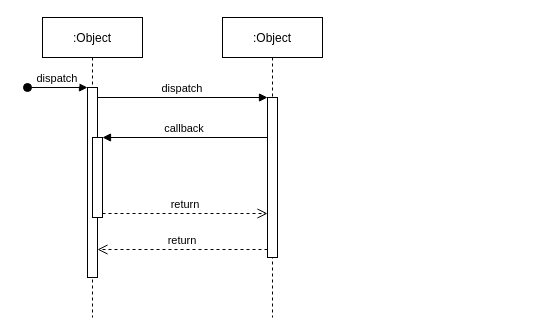
The draw.io diagram chia se thong tin.drawio in phanvha/DATN_Diagrams, before the edit. Source tidied: cells renumbered, new cells numbered last; positions are measured from the earlier drawing's top-left corner, leaving out a move shared by most shapes. Both pictures are drawn from the tidied source at 100%, with x=0, y=0 at pixel (27, 17).
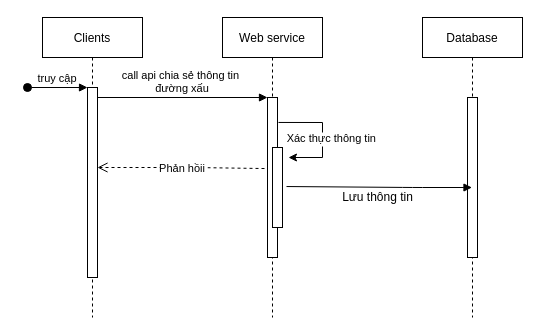
Above is the later version.

Change to the diagram source:
```diff
@@
 <mxGraphModel>
   <root>
     <mxCell id="0" />
     <mxCell id="1" parent="0" />
-    <mxCell id="2" value=":Object" style="shape=umlLifeline;perimeter=lifelinePerimeter;rounded=0;shadow=0;strokeWidth=1;" parent="1" vertex="1">
+    <mxCell id="2" value="Clients" style="shape=umlLifeline;perimeter=lifelinePerimeter;rounded=0;shadow=0;strokeWidth=1;" parent="1" vertex="1">
       <mxGeometry x="15" width="100" height="300" as="geometry" />
     </mxCell>
     <mxCell id="3" style="points=[];perimeter=orthogonalPerimeter;rounded=0;shadow=0;strokeWidth=1;" parent="2" vertex="1">
       <mxGeometry x="45" y="70" width="10" height="190" as="geometry" />
     </mxCell>
-    <mxCell id="4" value="dispatch" style="verticalAlign=bottom;startArrow=oval;endArrow=block;startSize=8;shadow=0;strokeWidth=1;" parent="2" edge="1" target="3">
+    <mxCell id="4" value="truy cập" style="verticalAlign=bottom;startArrow=oval;endArrow=block;startSize=8;shadow=0;strokeWidth=1;" parent="2" edge="1" target="3">
       <mxGeometry relative="1" as="geometry">
         <mxPoint x="-15" y="70" as="sourcePoint" />
       </mxGeometry>
     </mxCell>
-    <mxCell id="5" style="points=[];perimeter=orthogonalPerimeter;rounded=0;shadow=0;strokeWidth=1;" parent="2" vertex="1">
-      <mxGeometry x="50" y="120" width="10" height="80" as="geometry" />
-    </mxCell>
-    <mxCell id="6" value=":Object" style="shape=umlLifeline;perimeter=lifelinePerimeter;rounded=0;shadow=0;strokeWidth=1;" parent="1" vertex="1">
+    <mxCell id="6" value="Web service" style="shape=umlLifeline;perimeter=lifelinePerimeter;rounded=0;shadow=0;strokeWidth=1;" parent="1" vertex="1">
       <mxGeometry x="195" width="100" height="300" as="geometry" />
     </mxCell>
     <mxCell id="7" style="points=[];perimeter=orthogonalPerimeter;rounded=0;shadow=0;strokeWidth=1;" parent="6" vertex="1">
       <mxGeometry x="45" y="80" width="10" height="160" as="geometry" />
     </mxCell>
+    <mxCell id="12" style="endArrow=classic;html=1;rounded=0;exitX=1.1;exitY=0.156;exitDx=0;exitDy=0;exitPerimeter=0;entryX=1.6;entryY=0.125;entryDx=0;entryDy=0;entryPerimeter=0;" parent="6" edge="1" source="7" target="13">
+      <mxGeometry relative="1" as="geometry">
+        <Array as="points">
+          <mxPoint x="100" y="105" />
+          <mxPoint x="100" y="140" />
+        </Array>
+      </mxGeometry>
+    </mxCell>
+    <mxCell id="13" style="points=[];perimeter=orthogonalPerimeter;rounded=0;shadow=0;strokeWidth=1;" parent="6" vertex="1">
+      <mxGeometry x="50" y="130" width="10" height="80" as="geometry" />
+    </mxCell>
-    <mxCell id="8" value="return" style="verticalAlign=bottom;endArrow=open;dashed=1;endSize=8;exitX=0;exitY=0.95;shadow=0;strokeWidth=1;" parent="1" edge="1" source="7" target="3">
-      <mxGeometry relative="1" as="geometry" />
+    <mxCell id="8" value="Phản hồii" style="verticalAlign=bottom;endArrow=open;dashed=1;endSize=8;exitX=-0.3;exitY=0.444;shadow=0;strokeWidth=1;exitDx=0;exitDy=0;exitPerimeter=0;" parent="1" edge="1" source="7" target="3">
+      <mxGeometry x="-0.02" y="10" relative="1" as="geometry">
+        <Array as="points">
+          <mxPoint x="165" y="150" />
+        </Array>
+      </mxGeometry>
     </mxCell>
-    <mxCell id="9" value="dispatch" style="verticalAlign=bottom;endArrow=block;entryX=0;entryY=0;shadow=0;strokeWidth=1;" parent="1" edge="1" source="3" target="7">
+    <mxCell id="9" value="call api chia sẻ thông tin &#10;đường xấu" style="verticalAlign=bottom;endArrow=block;entryX=0;entryY=0;shadow=0;strokeWidth=1;" parent="1" edge="1" source="3" target="7">
       <mxGeometry relative="1" as="geometry" />
     </mxCell>
-    <mxCell id="10" value="callback" style="verticalAlign=bottom;endArrow=block;entryX=1;entryY=0;shadow=0;strokeWidth=1;" parent="1" edge="1" source="7" target="5">
-      <mxGeometry relative="1" as="geometry" />
-    </mxCell>
-    <mxCell id="11" value="return" style="verticalAlign=bottom;endArrow=open;dashed=1;endSize=8;exitX=1;exitY=0.95;shadow=0;strokeWidth=1;" parent="1" edge="1" source="5" target="7">
-      <mxGeometry relative="1" as="geometry" />
-    </mxCell>
+    <mxCell id="14" value="Database" style="shape=umlLifeline;perimeter=lifelinePerimeter;rounded=0;shadow=0;strokeWidth=1;" parent="1" vertex="1">
+      <mxGeometry x="395" width="100" height="300" as="geometry" />
+    </mxCell>
+    <mxCell id="15" style="perimeter=orthogonalPerimeter;rounded=0;shadow=0;strokeWidth=1;" parent="14" vertex="1">
+      <mxGeometry x="45" y="80" width="10" height="160" as="geometry" />
+    </mxCell>
+    <mxCell id="16" value="Xác thực thông tin" style="verticalAlign=bottom;endArrow=block;shadow=0;strokeWidth=1;exitX=1.4;exitY=0.488;exitDx=0;exitDy=0;exitPerimeter=0;" parent="1" edge="1" source="13" target="14">
+      <mxGeometry x="-0.51" y="39" relative="1" as="geometry">
+        <Array as="points">
+          <mxPoint x="385" y="170" />
+        </Array>
+      </mxGeometry>
+    </mxCell>
+    <mxCell id="17" value="Lưu thông tin" style="text;html=1;align=center;verticalAlign=middle;fillColor=none;strokeColor=none;rounded=0;" parent="1" vertex="1">
+      <mxGeometry x="305" y="170" width="90" height="20" as="geometry" />
+    </mxCell>
   </root>
 </mxGraphModel>
```
